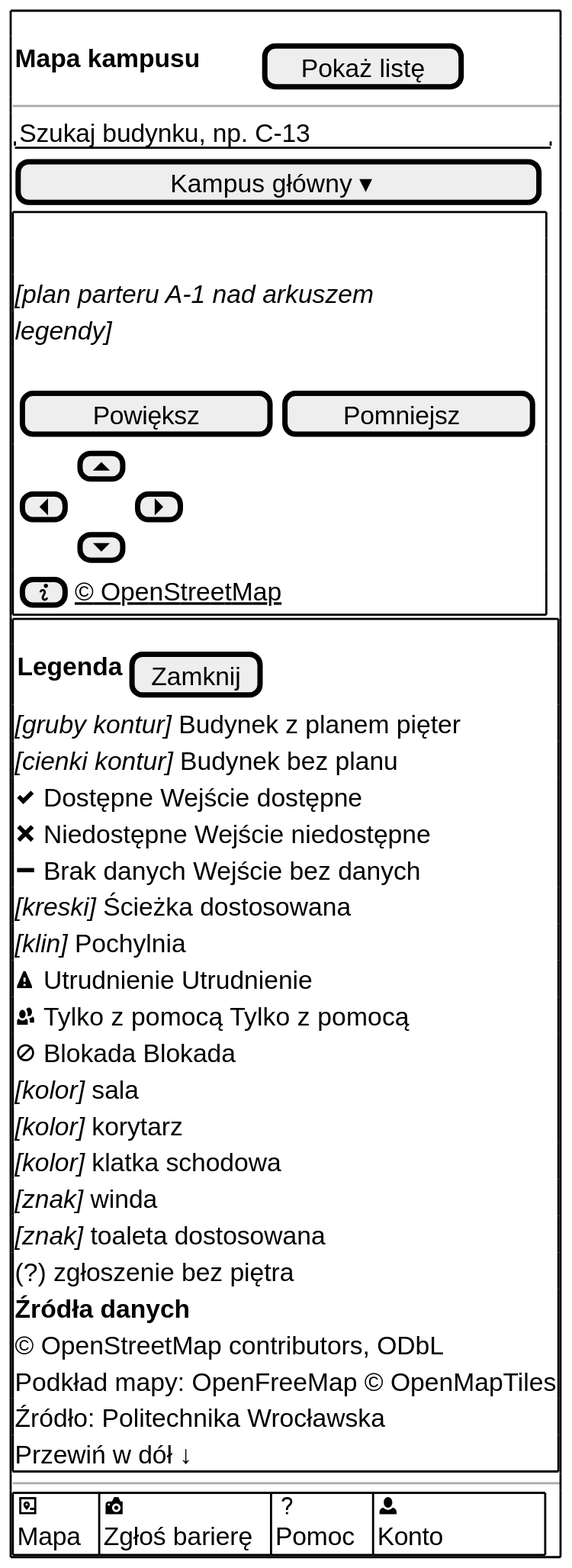
Before: docs/docs/_generated/m-v1-mapa-plan-legenda.svg, a diagram exported from PlantUML (dostepny-kampus/dostepny-kampus).
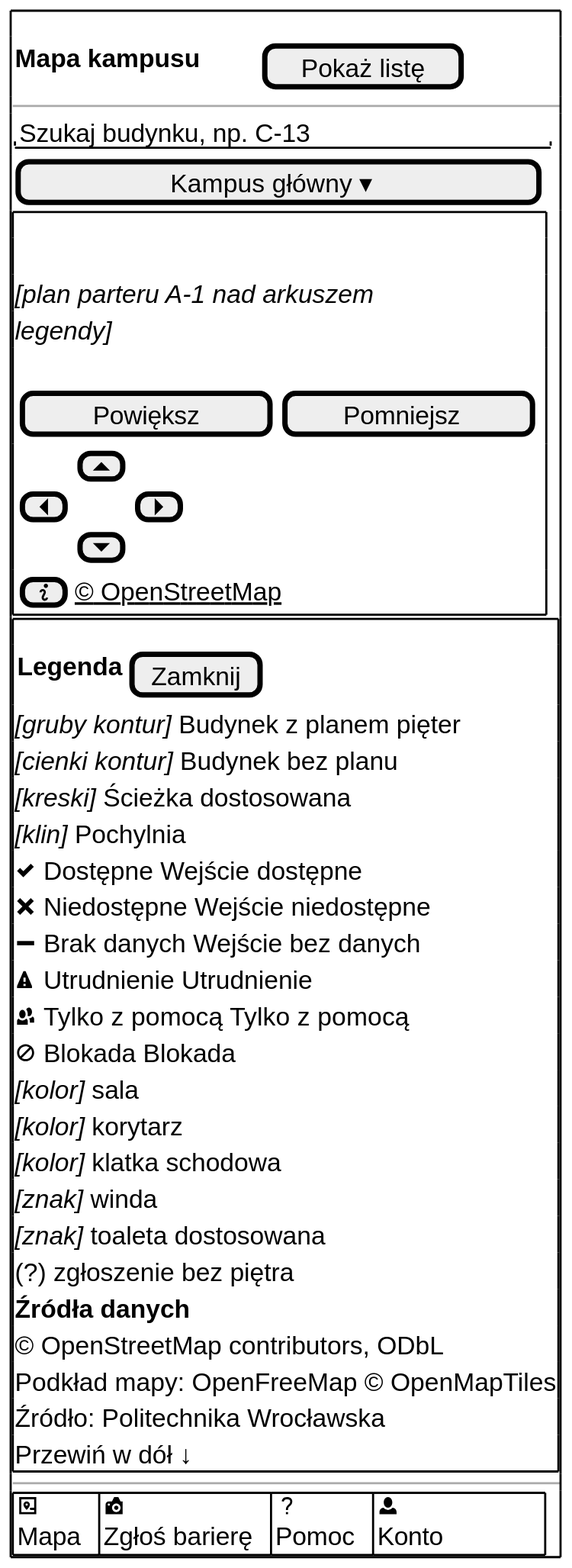
Later version of the same file.

Commit message:
docs(ux): kolejność legendy low-fi V1 jak w aplikacji, pochylnia po ścieżce

What changed in the source:
```diff
@@ -12,11 +12,11 @@
 { <b>Legenda</b> | [Zamknij] }
 <i>[gruby kontur]</i> Budynek z planem pięter
 <i>[cienki kontur]</i> Budynek bez planu
+<i>[kreski]</i> Ścieżka dostosowana
+<i>[klin]</i> Pochylnia
 $dostepne() Wejście dostępne
 $niedostepne() Wejście niedostępne
 $brak_danych() Wejście bez danych
-<i>[kreski]</i> Ścieżka dostosowana
-<i>[klin]</i> Pochylnia
 $utrudnienie() Utrudnienie
 $tylko_z_pomoca() Tylko z pomocą
 $blokada() Blokada
```
